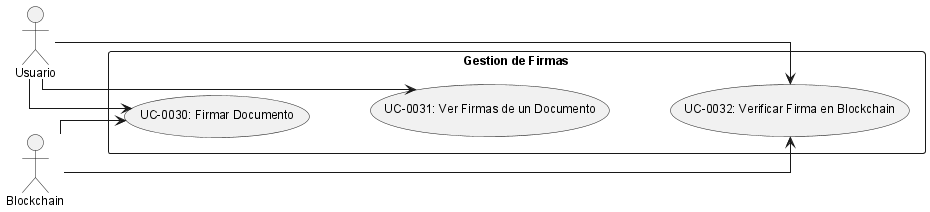
ErDeivih/DocumentChain keeps this PlantUML diagram as anexos/diagramas/uc_firmas.png. Above is the earlier version.
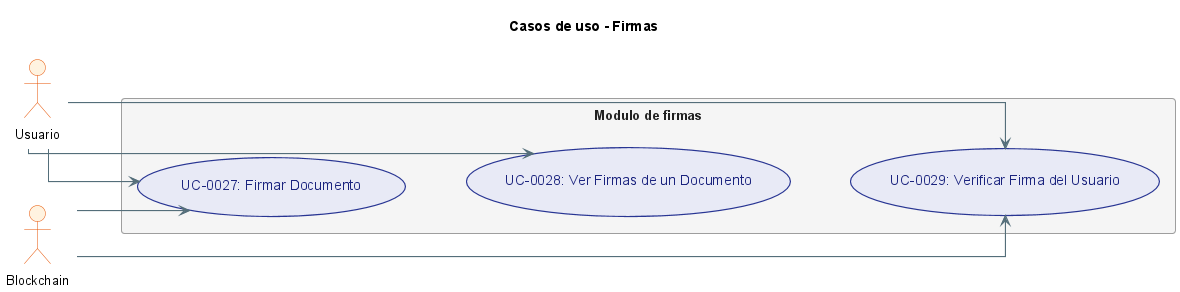
The same diagram one commit later.

What changed in the source:
```diff
@@ -1,23 +1,24 @@
 @startuml
 !include _structure-style.puml
 left to right direction
+title Casos de uso - Firmas
 
 actor "Usuario" as USER
 actor "Blockchain" as SC
 
-rectangle "Gestion de Firmas" {
-  usecase "UC-0030: Firmar Documento" as UC34
-  usecase "UC-0031: Ver Firmas de un Documento" as UC35
-  usecase "UC-0032: Verificar Firma en Blockchain" as UC36
+rectangle "Modulo de firmas" {
+  usecase "UC-0027: Firmar Documento" as UC27
+  usecase "UC-0028: Ver Firmas de un Documento" as UC28
+  usecase "UC-0029: Verificar Firma del Usuario" as UC29
 }
 
-UC34 -[hidden]down-> UC35
-UC35 -[hidden]down-> UC36
+UC27 -[hidden]down-> UC28
+UC28 -[hidden]down-> UC29
 
-USER --> UC34
-USER --> UC35
-USER --> UC36
+USER --> UC27
+USER --> UC28
+USER --> UC29
 
-SC --> UC34
-SC --> UC36
+SC --> UC27
+SC --> UC29
 @enduml
```
